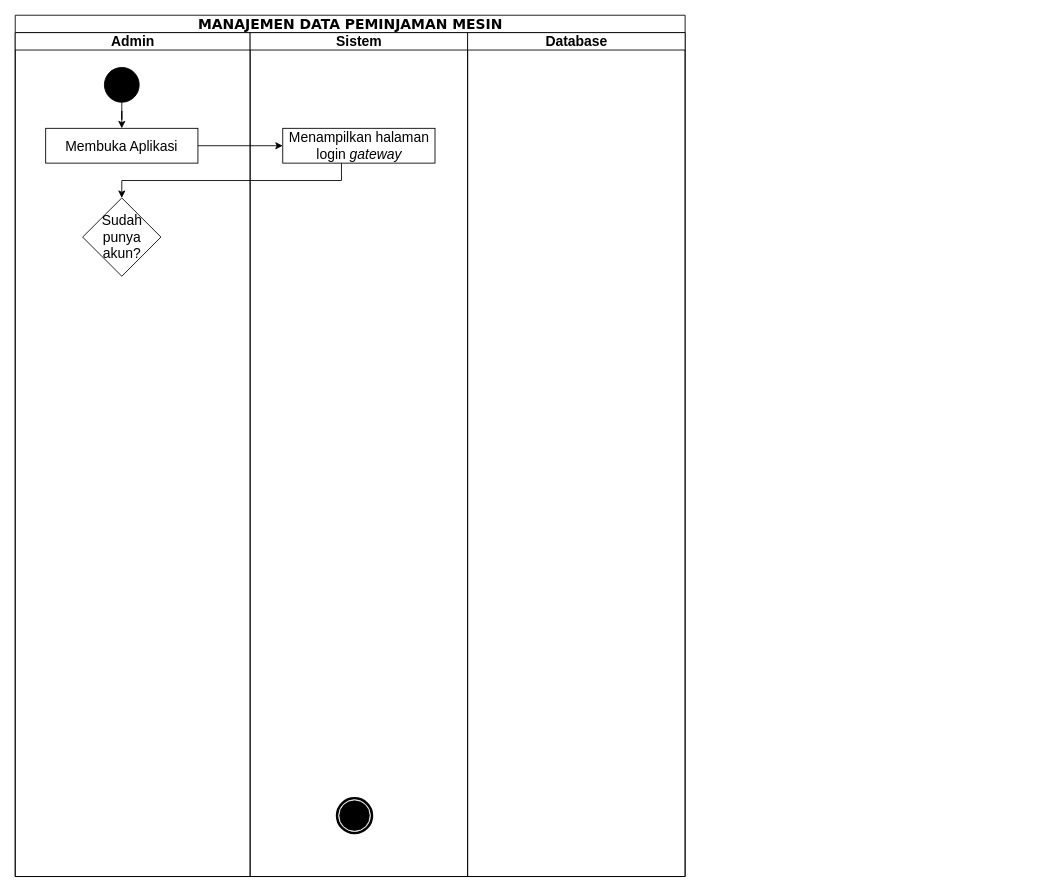
murtianggraeni/TugasAkhir_Flowchart keeps this draw.io diagram as Diagram Aktivitas Admin.drawio.xml. Above is the earlier version. Source tidied: cells renumbered, new cells numbered last; positions are measured from the earlier drawing's top-left corner, leaving out a move shared by most shapes. Both pictures are drawn from the tidied source at 87%, with x=0, y=0 at pixel (15, 15).
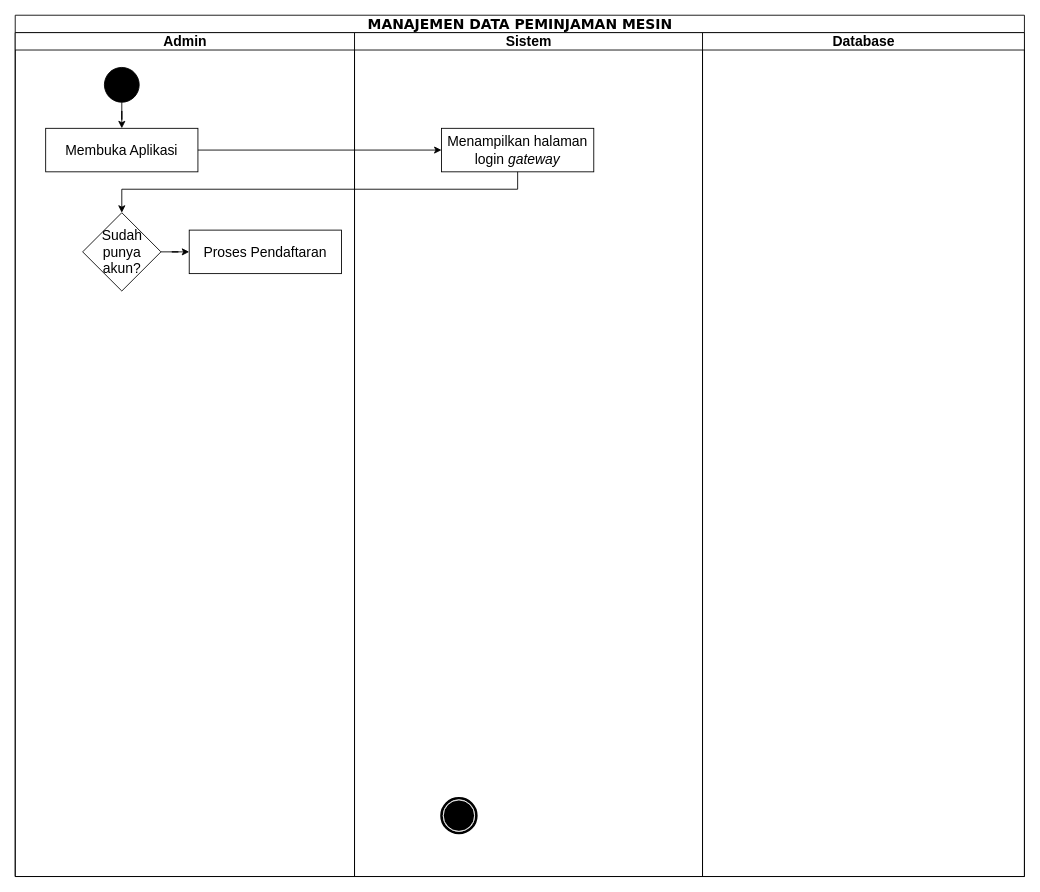
After the change.

Diff of the diagram source:
```diff
@@
 <mxGraphModel>
   <root>
     <mxCell id="0" />
     <mxCell id="1" parent="0" />
     <mxCell id="2" value="&lt;font style=&quot;font-size: 16px;&quot;&gt;MANAJEMEN DATA PEMINJAMAN MESIN&lt;/font&gt;" style="swimlane;html=1;startSize=20;rounded=0;shadow=0;comic=0;labelBackgroundColor=none;strokeWidth=1;fontFamily=Verdana;fontSize=12;align=center;" parent="1" vertex="1">
-      <mxGeometry width="770" height="990" as="geometry" />
+      <mxGeometry width="1160" height="990" as="geometry" />
     </mxCell>
     <mxCell id="3" value="&lt;font style=&quot;font-size: 16px;&quot;&gt;Admin&lt;/font&gt;" style="swimlane;html=1;startSize=20;" parent="2" vertex="1">
-      <mxGeometry y="20" width="270" height="970" as="geometry" />
+      <mxGeometry y="20" width="390" height="970" as="geometry" />
     </mxCell>
     <mxCell id="4" style="edgeStyle=orthogonalEdgeStyle;rounded=0;jettySize=auto;html=1;" parent="3" edge="1" source="5" target="6">
       <mxGeometry relative="1" as="geometry" />
     </mxCell>
     <mxCell id="5" style="ellipse;whiteSpace=wrap;html=1;rounded=0;shadow=0;comic=0;labelBackgroundColor=none;strokeWidth=1;fillColor=#000000;fontFamily=Verdana;fontSize=12;align=center;" parent="3" vertex="1">
       <mxGeometry x="102.5" y="40" width="40" height="40" as="geometry" />
     </mxCell>
     <mxCell id="6" value="&lt;div style=&quot;&quot;&gt;&lt;span style=&quot;font-size: 16px; background-color: initial;&quot;&gt;Membuka Aplikasi&lt;/span&gt;&lt;/div&gt;" style="rounded=0;whiteSpace=wrap;html=1;align=center;" parent="3" vertex="1">
-      <mxGeometry x="35" y="110" width="175" height="40" as="geometry" />
+      <mxGeometry x="35" y="110" width="175" height="50" as="geometry" />
     </mxCell>
+    <mxCell id="15" style="edgeStyle=orthogonalEdgeStyle;rounded=0;jettySize=auto;html=1;" parent="3" edge="1" source="7" target="16">
+      <mxGeometry relative="1" as="geometry" />
+    </mxCell>
     <mxCell id="7" value="&lt;font style=&quot;font-size: 16px;&quot;&gt;Sudah punya akun?&lt;/font&gt;" style="rhombus;whiteSpace=wrap;html=1;" parent="3" vertex="1">
-      <mxGeometry x="77.5" y="190" width="90" height="90" as="geometry" />
+      <mxGeometry x="77.5" y="207" width="90" height="90" as="geometry" />
     </mxCell>
+    <mxCell id="16" value="&lt;span style=&quot;font-size: 16px;&quot;&gt;Proses Pendaftaran&lt;/span&gt;" style="rounded=0;whiteSpace=wrap;html=1;" parent="3" vertex="1">
+      <mxGeometry x="200" y="227" width="175" height="50" as="geometry" />
+    </mxCell>
     <mxCell id="8" value="&lt;font style=&quot;font-size: 16px;&quot;&gt;Sistem&lt;/font&gt;" style="swimlane;html=1;startSize=20;" parent="2" vertex="1">
-      <mxGeometry x="270" y="20" width="250" height="970" as="geometry" />
+      <mxGeometry x="390" y="20" width="400" height="970" as="geometry" />
     </mxCell>
     <mxCell id="9" style="shape=mxgraph.bpmn.shape;html=1;verticalLabelPosition=bottom;labelBackgroundColor=#ffffff;verticalAlign=top;perimeter=ellipsePerimeter;outline=end;symbol=terminate;rounded=0;shadow=0;comic=0;strokeWidth=1;fontFamily=Verdana;fontSize=12;align=center;" parent="8" vertex="1">
       <mxGeometry x="100" y="880" width="40" height="40" as="geometry" />
     </mxCell>
     <mxCell id="10" value="&lt;span style=&quot;font-size: 16px;&quot;&gt;Menampilkan halaman login &lt;i&gt;gateway&lt;/i&gt;&lt;/span&gt;" style="rounded=0;whiteSpace=wrap;html=1;" parent="8" vertex="1">
-      <mxGeometry x="37.5" y="110" width="175" height="40" as="geometry" />
+      <mxGeometry x="100" y="110" width="175" height="50" as="geometry" />
     </mxCell>
     <mxCell id="11" style="edgeStyle=orthogonalEdgeStyle;rounded=0;orthogonalLoop=1;jettySize=auto;html=1;exitX=0.5;exitY=0;exitDx=0;exitDy=0;entryX=0.501;entryY=0.01;entryDx=0;entryDy=0;entryPerimeter=0;" parent="2" edge="1" source="12" target="12">
       <mxGeometry relative="1" as="geometry" />
     </mxCell>
     <mxCell id="12" value="&lt;font style=&quot;font-size: 16px;&quot;&gt;Database&lt;/font&gt;" style="swimlane;html=1;startSize=20;" parent="2" vertex="1">
-      <mxGeometry x="520" y="20" width="250" height="970" as="geometry" />
+      <mxGeometry x="790" y="20" width="370" height="970" as="geometry" />
     </mxCell>
     <mxCell id="13" style="edgeStyle=orthogonalEdgeStyle;rounded=0;jettySize=auto;html=1;exitX=1;exitY=0.5;exitDx=0;exitDy=0;entryX=0;entryY=0.5;entryDx=0;entryDy=0;" parent="2" edge="1" source="6" target="10">
       <mxGeometry relative="1" as="geometry" />
     </mxCell>
     <mxCell id="14" style="edgeStyle=orthogonalEdgeStyle;rounded=0;jettySize=auto;html=1;entryX=0.5;entryY=0;entryDx=0;entryDy=0;" parent="2" edge="1" source="10" target="7">
       <mxGeometry relative="1" as="geometry">
         <Array as="points">
-          <mxPoint x="375" y="190" />
-          <mxPoint x="123" y="190" />
+          <mxPoint x="578" y="200" />
+          <mxPoint x="123" y="200" />
         </Array>
       </mxGeometry>
     </mxCell>
   </root>
 </mxGraphModel>
```
